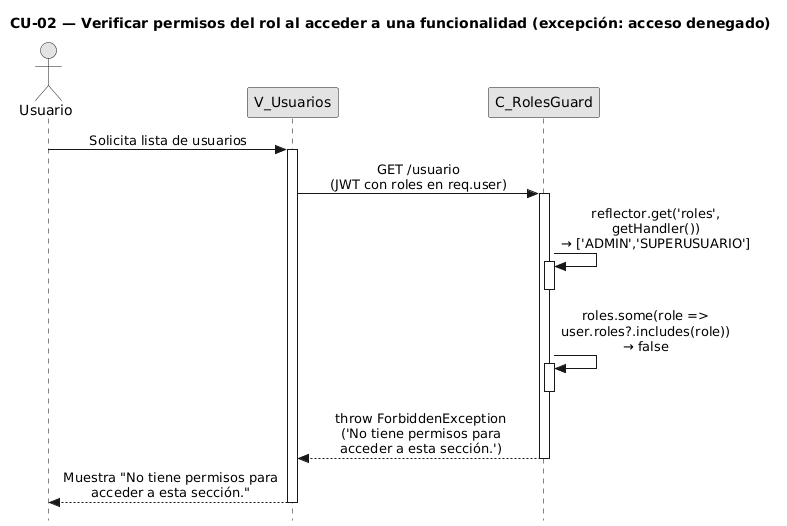
FSM-Finet-y-Cable-Magico/Team_1-Inventario-y-Bodega keeps this PlantUML diagram as diagramas-secuencia/CU02/CU02-exc-acceso-denegado.png. Above is the earlier version.
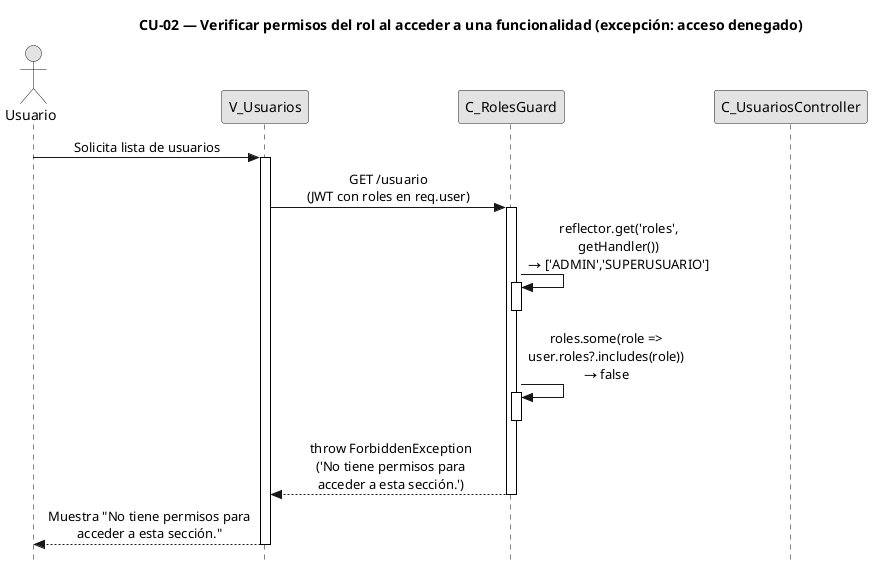
After the change.

The edit, as a diff of the source:
```diff
@@ -16,6 +16,7 @@
 actor "Usuario" as user
 participant "V_Usuarios" as view
 participant "C_RolesGuard" as guard
+participant "C_UsuariosController" as ctrl
 
 user -> view : Solicita lista de usuarios
 activate view
```
